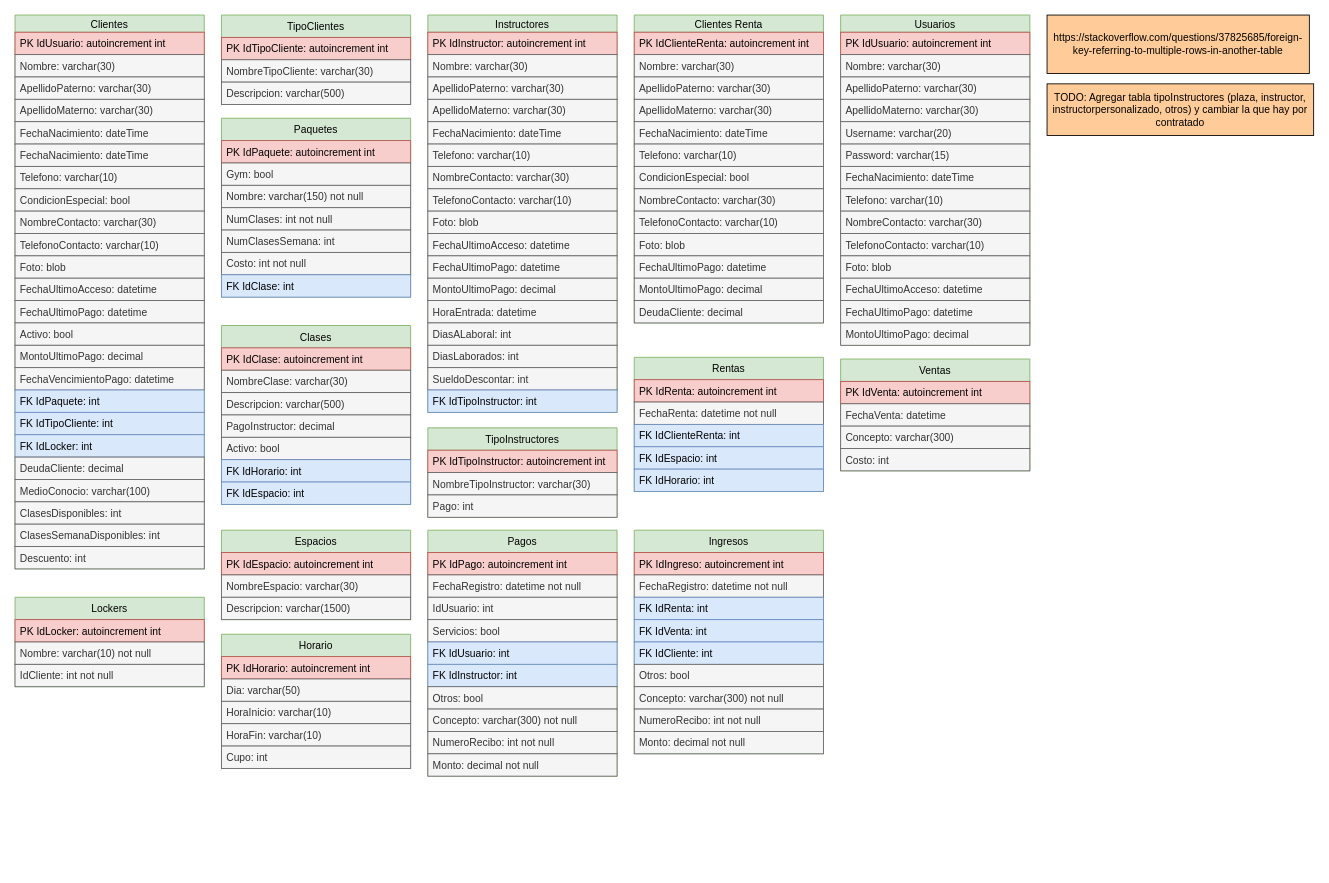
Before: page "Base de Datos" (1 of 4) of GymCastillo/Docs/Diagrams/Gym.drawio in Fwxzxh/GymCastillo, a draw.io diagram. Source tidied: cells renumbered, new cells numbered last; positions are measured from the earlier drawing's top-left corner, leaving out a move shared by most shapes. Both pictures are drawn from the tidied source at 86%, with x=0, y=0 at pixel (15, 15).
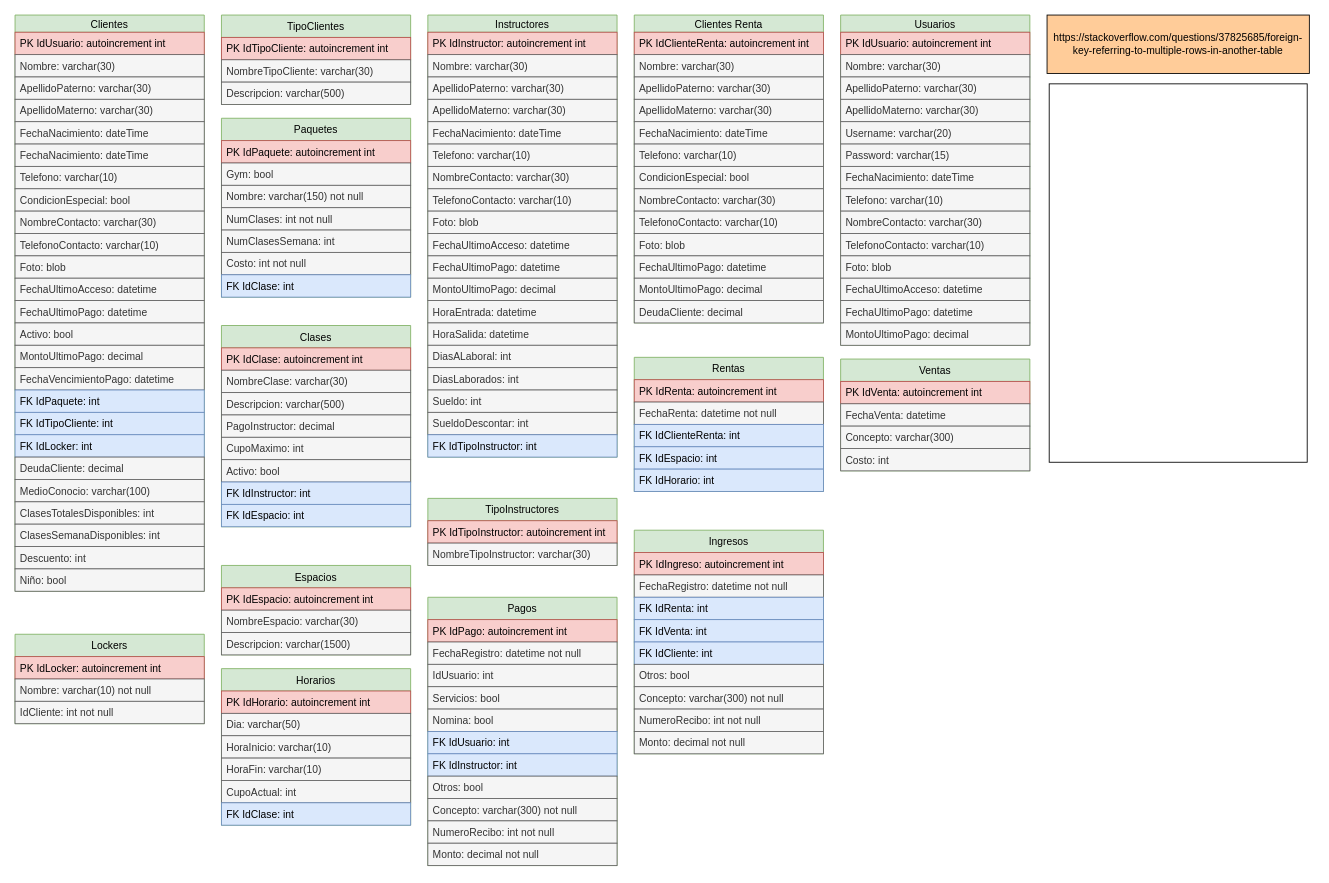
The same diagram, later.

The edit, as a diff of the source:
```diff
@@
     <mxCell id="2" value="Clientes" style="swimlane;fontStyle=0;horizontal=1;startSize=20;fillColor=#d5e8d4;strokeColor=#82b366;" parent="1" vertex="1">
-      <mxGeometry width="220" height="644" as="geometry" />
+      <mxGeometry width="220" height="670" as="geometry" />
     </mxCell>
@@
-    <mxCell id="24" value="ClasesDisponibles: int" style="text;strokeColor=#666666;fillColor=#f5f5f5;align=left;verticalAlign=top;spacingLeft=4;spacingRight=4;overflow=hidden;fontColor=#333333;" parent="2" vertex="1">
+    <mxCell id="24" value="ClasesTotalesDisponibles: int" style="text;strokeColor=#666666;fillColor=#f5f5f5;align=left;verticalAlign=top;spacingLeft=4;spacingRight=4;overflow=hidden;fontColor=#333333;" parent="2" vertex="1">
       <mxGeometry y="566" width="220" height="26" as="geometry" />
     </mxCell>
@@
+    <mxCell id="146" value="Niño: bool" style="text;strokeColor=#666666;fillColor=#f5f5f5;align=left;verticalAlign=top;spacingLeft=4;spacingRight=4;overflow=hidden;fontColor=#333333;" parent="2" vertex="1">
+      <mxGeometry y="644" width="220" height="26" as="geometry" />
+    </mxCell>
     <mxCell id="27" value="Instructores" style="swimlane;fontStyle=0;horizontal=1;startSize=20;fillColor=#d5e8d4;strokeColor=#82b366;" parent="1" vertex="1">
-      <mxGeometry x="480" width="220" height="462" as="geometry" />
+      <mxGeometry x="480" width="220" height="514" as="geometry" />
     </mxCell>
@@
+    <mxCell id="147" value="HoraSalida: datetime" style="text;strokeColor=#666666;fillColor=#f5f5f5;align=left;verticalAlign=top;spacingLeft=4;spacingRight=4;overflow=hidden;fontColor=#333333;" parent="27" vertex="1">
+      <mxGeometry y="358" width="220" height="26" as="geometry" />
+    </mxCell>
     <mxCell id="41" value="DiasALaboral: int" style="text;strokeColor=#666666;fillColor=#f5f5f5;align=left;verticalAlign=top;spacingLeft=4;spacingRight=4;overflow=hidden;fontColor=#333333;" parent="27" vertex="1">
-      <mxGeometry y="358" width="220" height="26" as="geometry" />
+      <mxGeometry y="384" width="220" height="26" as="geometry" />
     </mxCell>
     <mxCell id="42" value="DiasLaborados: int" style="text;strokeColor=#666666;fillColor=#f5f5f5;align=left;verticalAlign=top;spacingLeft=4;spacingRight=4;overflow=hidden;fontColor=#333333;" parent="27" vertex="1">
-      <mxGeometry y="384" width="220" height="26" as="geometry" />
+      <mxGeometry y="410" width="220" height="26" as="geometry" />
     </mxCell>
+    <mxCell id="148" value="Sueldo: int" style="text;strokeColor=#666666;fillColor=#f5f5f5;align=left;verticalAlign=top;spacingLeft=4;spacingRight=4;overflow=hidden;fontColor=#333333;" parent="27" vertex="1">
+      <mxGeometry y="436" width="220" height="26" as="geometry" />
+    </mxCell>
     <mxCell id="43" value="SueldoDescontar: int" style="text;strokeColor=#666666;fillColor=#f5f5f5;align=left;verticalAlign=top;spacingLeft=4;spacingRight=4;overflow=hidden;fontColor=#333333;" parent="27" vertex="1">
-      <mxGeometry y="410" width="220" height="26" as="geometry" />
+      <mxGeometry y="462" width="220" height="26" as="geometry" />
     </mxCell>
     <mxCell id="44" value="FK IdTipoInstructor: int" style="text;strokeColor=#6c8ebf;fillColor=#dae8fc;align=left;verticalAlign=top;spacingLeft=4;spacingRight=4;overflow=hidden;" parent="27" vertex="1">
-      <mxGeometry y="436" width="220" height="26" as="geometry" />
+      <mxGeometry y="488" width="220" height="26" as="geometry" />
     </mxCell>
@@
     <mxCell id="49" value="Clases" style="swimlane;fontStyle=0;horizontal=1;startSize=26;fillColor=#d5e8d4;strokeColor=#82b366;" parent="1" vertex="1">
-      <mxGeometry x="240" y="361" width="220" height="208" as="geometry" />
+      <mxGeometry x="240" y="361" width="220" height="234" as="geometry" />
     </mxCell>
@@
+    <mxCell id="149" value="CupoMaximo: int" style="text;strokeColor=#666666;fillColor=#f5f5f5;align=left;verticalAlign=top;spacingLeft=4;spacingRight=4;overflow=hidden;fontColor=#333333;" parent="49" vertex="1">
+      <mxGeometry y="130" width="220" height="26" as="geometry" />
+    </mxCell>
     <mxCell id="54" value="Activo: bool" style="text;strokeColor=#666666;fillColor=#f5f5f5;align=left;verticalAlign=top;spacingLeft=4;spacingRight=4;overflow=hidden;fontColor=#333333;" parent="49" vertex="1">
-      <mxGeometry y="130" width="220" height="26" as="geometry" />
+      <mxGeometry y="156" width="220" height="26" as="geometry" />
     </mxCell>
-    <mxCell id="55" value="FK IdHorario: int" style="text;strokeColor=#6c8ebf;fillColor=#dae8fc;align=left;verticalAlign=top;spacingLeft=4;spacingRight=4;overflow=hidden;" parent="49" vertex="1">
-      <mxGeometry y="156" width="220" height="26" as="geometry" />
-    </mxCell>
+    <mxCell id="150" value="FK IdInstructor: int" style="text;strokeColor=#6c8ebf;fillColor=#dae8fc;align=left;verticalAlign=top;spacingLeft=4;spacingRight=4;overflow=hidden;" parent="49" vertex="1">
+      <mxGeometry y="182" width="220" height="26" as="geometry" />
+    </mxCell>
     <mxCell id="56" value="FK IdEspacio: int" style="text;strokeColor=#6c8ebf;fillColor=#dae8fc;align=left;verticalAlign=top;spacingLeft=4;spacingRight=4;overflow=hidden;" parent="49" vertex="1">
-      <mxGeometry y="182" width="220" height="26" as="geometry" />
+      <mxGeometry y="208" width="220" height="26" as="geometry" />
     </mxCell>
     <mxCell id="57" value="Pagos" style="swimlane;fontStyle=0;horizontal=1;startSize=26;fillColor=#d5e8d4;strokeColor=#82b366;" parent="1" vertex="1">
-      <mxGeometry x="480" y="599" width="220" height="286" as="geometry" />
+      <mxGeometry x="480" y="677" width="220" height="312" as="geometry" />
     </mxCell>
@@
+    <mxCell id="151" value="Nomina: bool" style="text;strokeColor=#666666;fillColor=#f5f5f5;align=left;verticalAlign=top;spacingLeft=4;spacingRight=4;overflow=hidden;fontColor=#333333;" parent="57" vertex="1">
+      <mxGeometry y="130" width="220" height="26" as="geometry" />
+    </mxCell>
     <mxCell id="62" value="FK IdUsuario: int" style="text;strokeColor=#6c8ebf;fillColor=#dae8fc;align=left;verticalAlign=top;spacingLeft=4;spacingRight=4;overflow=hidden;" parent="57" vertex="1">
-      <mxGeometry y="130" width="220" height="26" as="geometry" />
+      <mxGeometry y="156" width="220" height="26" as="geometry" />
     </mxCell>
     <mxCell id="63" value="FK IdInstructor: int" style="text;strokeColor=#6c8ebf;fillColor=#dae8fc;align=left;verticalAlign=top;spacingLeft=4;spacingRight=4;overflow=hidden;" parent="57" vertex="1">
-      <mxGeometry y="156" width="220" height="26" as="geometry" />
+      <mxGeometry y="182" width="220" height="26" as="geometry" />
     </mxCell>
     <mxCell id="64" value="Otros: bool" style="text;strokeColor=#666666;fillColor=#f5f5f5;align=left;verticalAlign=top;spacingLeft=4;spacingRight=4;overflow=hidden;fontColor=#333333;" parent="57" vertex="1">
-      <mxGeometry y="182" width="220" height="26" as="geometry" />
+      <mxGeometry y="208" width="220" height="26" as="geometry" />
     </mxCell>
     <mxCell id="65" value="Concepto: varchar(300) not null" style="text;strokeColor=#666666;fillColor=#f5f5f5;align=left;verticalAlign=top;spacingLeft=4;spacingRight=4;overflow=hidden;fontColor=#333333;" parent="57" vertex="1">
-      <mxGeometry y="208" width="220" height="26" as="geometry" />
+      <mxGeometry y="234" width="220" height="26" as="geometry" />
     </mxCell>
     <mxCell id="66" value="NumeroRecibo: int not null" style="text;strokeColor=#666666;fillColor=#f5f5f5;align=left;verticalAlign=top;spacingLeft=4;spacingRight=4;overflow=hidden;fontColor=#333333;" parent="57" vertex="1">
-      <mxGeometry y="234" width="220" height="26" as="geometry" />
+      <mxGeometry y="260" width="220" height="26" as="geometry" />
     </mxCell>
     <mxCell id="67" value="Monto: decimal not null" style="text;strokeColor=#666666;fillColor=#f5f5f5;align=left;verticalAlign=top;spacingLeft=4;spacingRight=4;overflow=hidden;fontColor=#333333;" parent="57" vertex="1">
-      <mxGeometry y="260" width="220" height="26" as="geometry" />
+      <mxGeometry y="286" width="220" height="26" as="geometry" />
     </mxCell>
@@
-    <mxCell id="79" value="TODO: Agregar tabla tipoInstructores (plaza, instructor, instructorpersonalizado, otros) y cambiar la que hay por contratado" style="rounded=0;whiteSpace=wrap;html=1;fillColor=#FFCC99;" parent="1" vertex="1">
-      <mxGeometry x="1200" y="80" width="310" height="60" as="geometry" />
-    </mxCell>
     <mxCell id="80" value="Espacios" style="swimlane;fontStyle=0;horizontal=1;startSize=26;fillColor=#d5e8d4;strokeColor=#82b366;" parent="1" vertex="1">
-      <mxGeometry x="240" y="599" width="220" height="104" as="geometry" />
+      <mxGeometry x="240" y="640" width="220" height="104" as="geometry" />
     </mxCell>
@@
     <mxCell id="127" value="Lockers" style="swimlane;fontStyle=0;horizontal=1;startSize=26;fillColor=#d5e8d4;strokeColor=#82b366;" parent="1" vertex="1">
-      <mxGeometry y="677" width="220" height="104" as="geometry" />
+      <mxGeometry y="720" width="220" height="104" as="geometry" />
     </mxCell>
@@
-    <mxCell id="131" value="Horario" style="swimlane;fontStyle=0;horizontal=1;startSize=26;fillColor=#d5e8d4;strokeColor=#82b366;" parent="1" vertex="1">
-      <mxGeometry x="240" y="720" width="220" height="156" as="geometry" />
+    <mxCell id="131" value="Horarios" style="swimlane;fontStyle=0;horizontal=1;startSize=26;fillColor=#d5e8d4;strokeColor=#82b366;" parent="1" vertex="1">
+      <mxGeometry x="240" y="760" width="220" height="182" as="geometry" />
     </mxCell>
@@
-    <mxCell id="136" value="Cupo: int" style="text;strokeColor=#666666;fillColor=#f5f5f5;align=left;verticalAlign=top;spacingLeft=4;spacingRight=4;overflow=hidden;fontColor=#333333;" parent="131" vertex="1">
-      <mxGeometry y="130" width="220" height="26" as="geometry" />
-    </mxCell>
+    <mxCell id="152" value="CupoActual: int" style="text;strokeColor=#666666;fillColor=#f5f5f5;align=left;verticalAlign=top;spacingLeft=4;spacingRight=4;overflow=hidden;fontColor=#333333;" parent="131" vertex="1">
+      <mxGeometry y="130" width="220" height="26" as="geometry" />
+    </mxCell>
+    <mxCell id="55" value="FK IdClase: int" style="text;strokeColor=#6c8ebf;fillColor=#dae8fc;align=left;verticalAlign=top;spacingLeft=4;spacingRight=4;overflow=hidden;" parent="131" vertex="1">
+      <mxGeometry y="156" width="220" height="26" as="geometry" />
+    </mxCell>
     <mxCell id="137" value="TipoInstructores" style="swimlane;fontStyle=0;horizontal=1;startSize=26;fillColor=#d5e8d4;strokeColor=#82b366;" parent="1" vertex="1">
-      <mxGeometry x="480" y="480" width="220" height="104" as="geometry" />
+      <mxGeometry x="480" y="562" width="220" height="78" as="geometry" />
     </mxCell>
@@
-    <mxCell id="140" value="Pago: int" style="text;strokeColor=#666666;fillColor=#f5f5f5;align=left;verticalAlign=top;spacingLeft=4;spacingRight=4;overflow=hidden;fontColor=#333333;" parent="137" vertex="1">
-      <mxGeometry y="78" width="220" height="26" as="geometry" />
-    </mxCell>
@@
+    <mxCell id="153" style="rounded=0;whiteSpace=wrap;html=1;" parent="1" vertex="1">
+      <mxGeometry x="1202.5" y="80" width="300" height="440" as="geometry" />
+    </mxCell>
```
